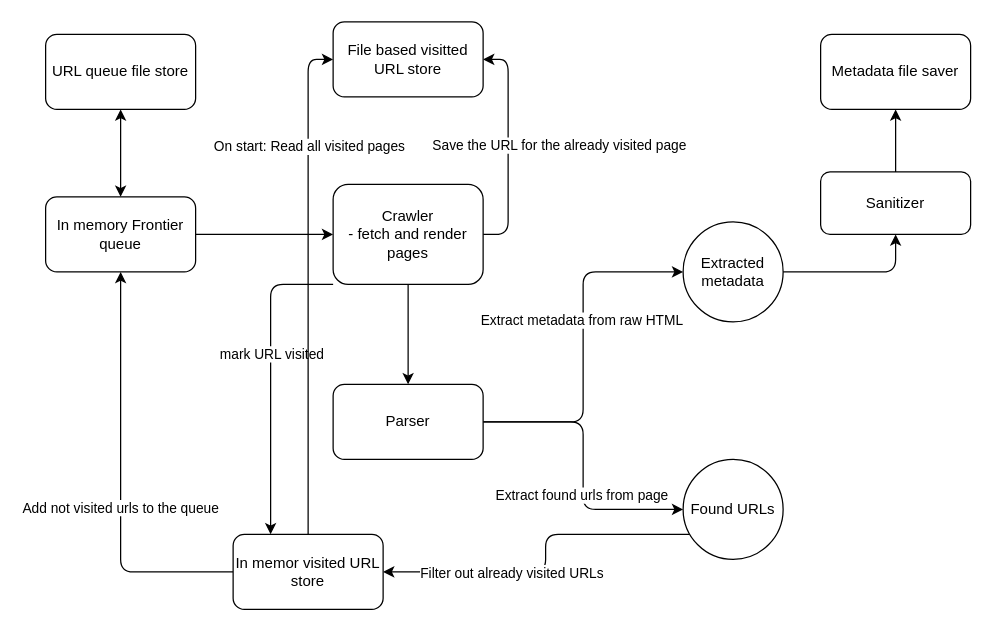
Earlier version of the draw.io diagram Openlibrary crawler.drawio (bartalos86/openlibrary-scraper). Source tidied: cells renumbered, new cells numbered last; positions are measured from the earlier drawing's top-left corner, leaving out a move shared by most shapes. Both pictures are drawn from the tidied source at 125%, with x=0, y=0 at pixel (45, 21).
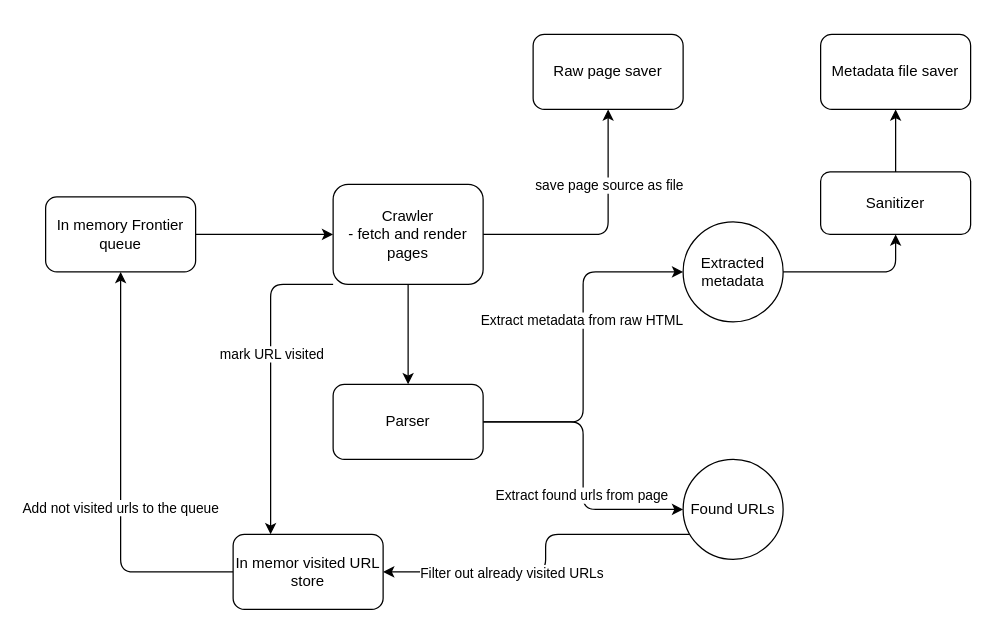
The same page after the edit.

Unchanged cells that the change refers to:
```xml
<mxCell id="3" value="In memory Frontier queue" style="rounded=1;whiteSpace=wrap;html=1;" parent="1" vertex="1">
  <mxGeometry y="140" width="120" height="60" as="geometry" />
</mxCell>
<mxCell id="9" value="Crawler&lt;div&gt;- fetch and render pages&lt;/div&gt;" style="rounded=1;whiteSpace=wrap;html=1;" parent="1" vertex="1">
  <mxGeometry x="230" y="130" width="120" height="80" as="geometry" />
</mxCell>
<mxCell id="26" value="In memor visited URL store" style="rounded=1;whiteSpace=wrap;html=1;" parent="1" vertex="1">
  <mxGeometry x="150" y="410" width="120" height="60" as="geometry" />
</mxCell>
```

What changed in the source:
```diff
@@
-    <mxCell id="7" style="edgeStyle=orthogonalEdgeStyle;rounded=1;jettySize=auto;html=1;entryX=1;entryY=0.5;entryDx=0;entryDy=0;" parent="1" edge="1" source="9" target="21">
-      <mxGeometry relative="1" as="geometry">
-        <Array as="points">
-          <mxPoint x="370" y="170" />
-          <mxPoint x="370" y="30" />
-        </Array>
-      </mxGeometry>
-    </mxCell>
-    <mxCell id="8" value="Save the URL for the already visited page" style="edgeLabel;html=1;align=center;verticalAlign=middle;" parent="7" vertex="1">
-      <mxGeometry x="0.02" y="2" relative="1" as="geometry">
-        <mxPoint x="42" as="offset" />
-      </mxGeometry>
-    </mxCell>
+    <mxCell id="31" style="edgeStyle=none;html=1;entryX=0.5;entryY=1;entryDx=0;entryDy=0;" parent="1" edge="1" source="9" target="33">
+      <mxGeometry relative="1" as="geometry">
+        <Array as="points">
+          <mxPoint x="450" y="170" />
+        </Array>
+      </mxGeometry>
+    </mxCell>
+    <mxCell id="32" value="save page source as file" style="edgeLabel;html=1;align=center;verticalAlign=middle;" parent="31" vertex="1">
+      <mxGeometry x="0.14" relative="1" as="geometry">
+        <mxPoint y="-26" as="offset" />
+      </mxGeometry>
+    </mxCell>
@@
-    <mxCell id="21" value="File based visitted URL store" style="rounded=1;whiteSpace=wrap;html=1;" parent="1" vertex="1">
-      <mxGeometry x="230" width="120" height="60" as="geometry" />
-    </mxCell>
@@
-    <mxCell id="24" style="edgeStyle=orthogonalEdgeStyle;rounded=1;jettySize=auto;html=1;entryX=0;entryY=0.5;entryDx=0;entryDy=0;" parent="1" edge="1" source="26" target="21">
-      <mxGeometry relative="1" as="geometry" />
-    </mxCell>
-    <mxCell id="25" value="On start: Read all visited pages" style="edgeLabel;html=1;align=center;verticalAlign=middle;" parent="24" vertex="1">
-      <mxGeometry x="0.47" y="1" relative="1" as="geometry">
-        <mxPoint x="1" y="-17" as="offset" />
-      </mxGeometry>
-    </mxCell>
@@
-    <mxCell id="27" value="URL queue file store" style="rounded=1;whiteSpace=wrap;html=1;" parent="1" vertex="1">
-      <mxGeometry y="10" width="120" height="60" as="geometry" />
-    </mxCell>
-    <mxCell id="28" style="endArrow=classic;startArrow=classic;html=1;rounded=0;entryX=0.5;entryY=1;entryDx=0;entryDy=0;" parent="1" edge="1" source="3" target="27">
-      <mxGeometry relative="1" as="geometry" />
-    </mxCell>
@@
+    <mxCell id="33" value="Raw page saver" style="rounded=1;whiteSpace=wrap;html=1;" parent="1" vertex="1">
+      <mxGeometry x="390" y="10" width="120" height="60" as="geometry" />
+    </mxCell>
```
